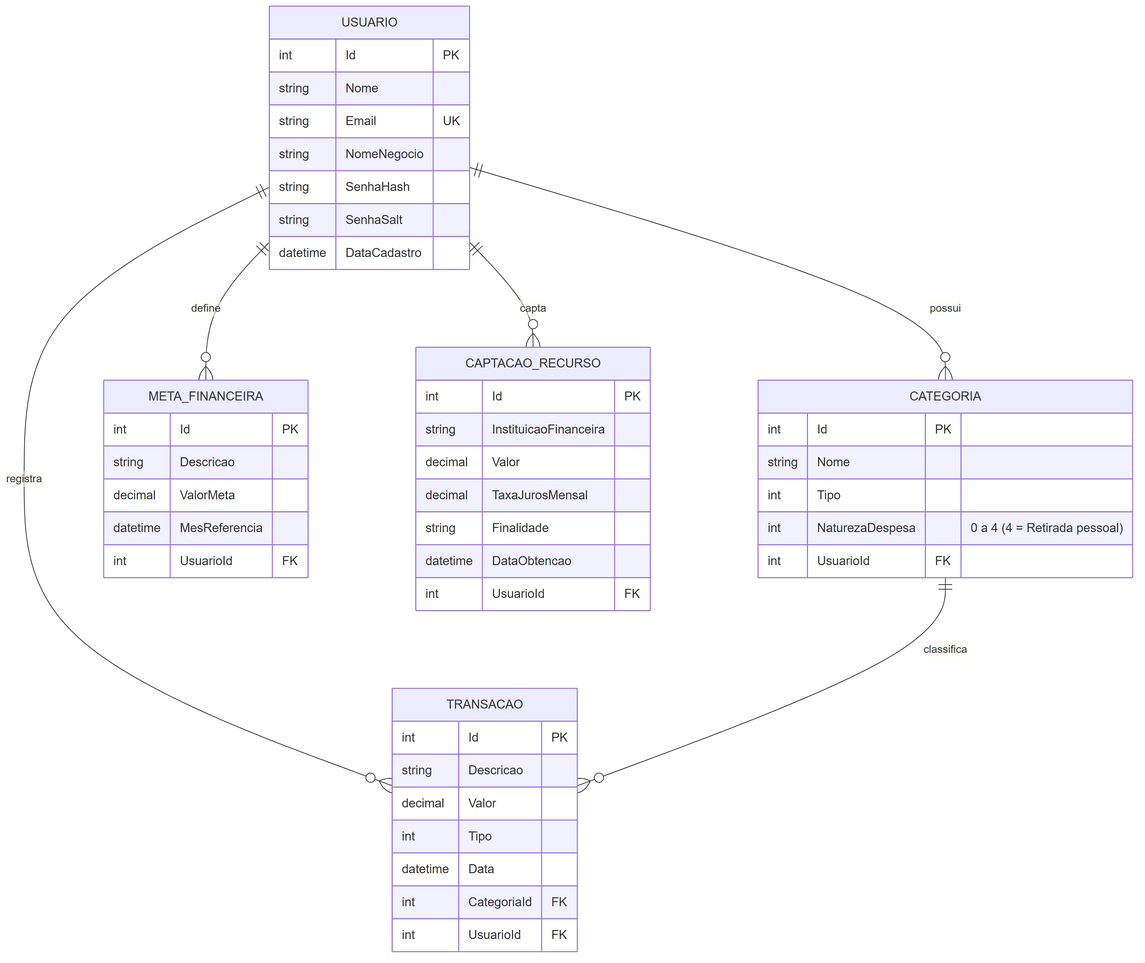
The Mermaid diagram docs/diagramas/finais/fig6_der.png in profetadiario/GFMEI, before a commit. Its source is kept beside it as docs/diagramas/fontes/fig6_der.mmd.
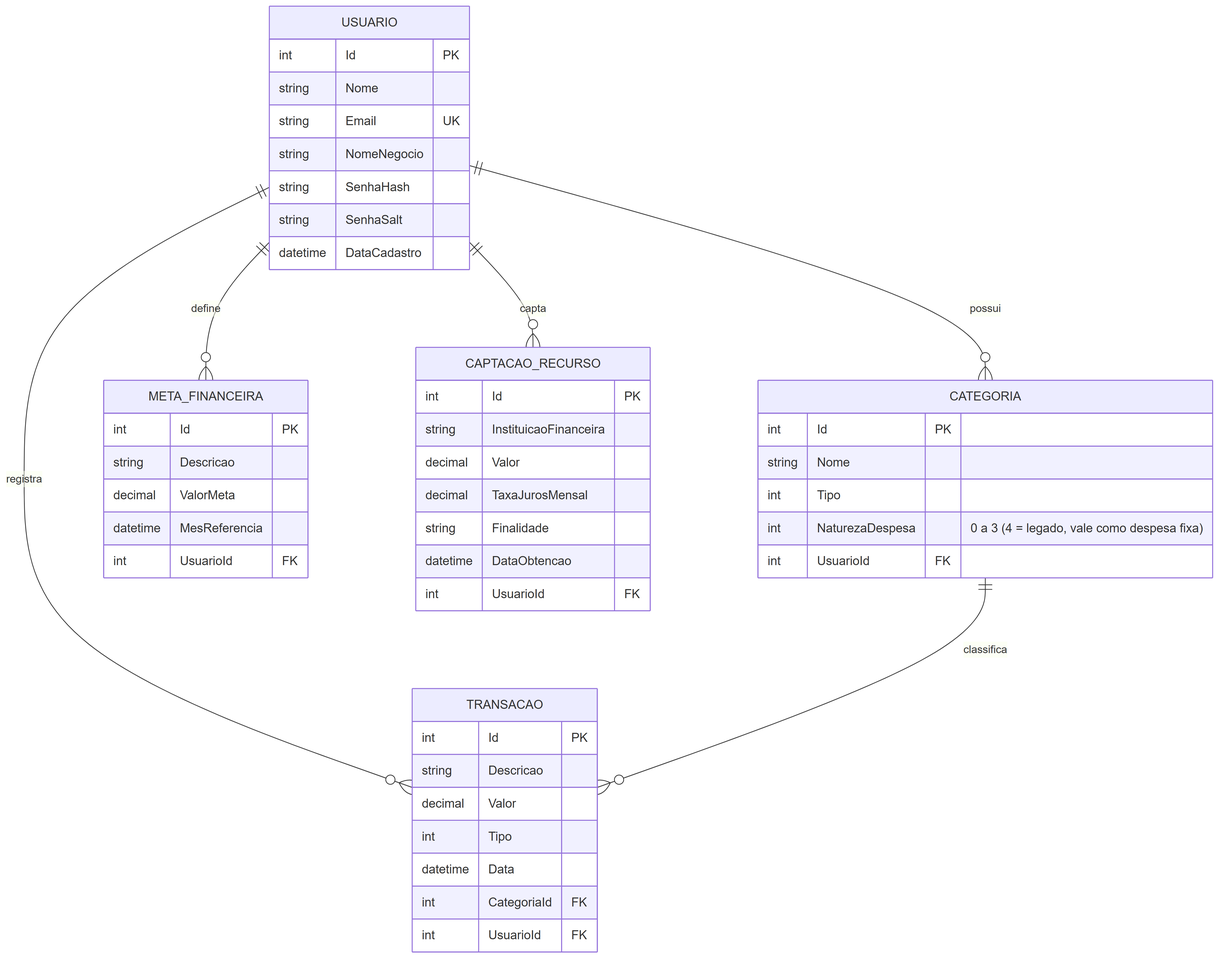
After the change.

Change to the diagram source:
```diff
@@ -17,7 +17,7 @@
         int Id PK
         string Nome
         int Tipo
-        int NaturezaDespesa "0 a 4 (4 = Retirada pessoal)"
+        int NaturezaDespesa "0 a 3 (4 = legado, vale como despesa fixa)"
         int UsuarioId FK
     }
     TRANSACAO {
```
